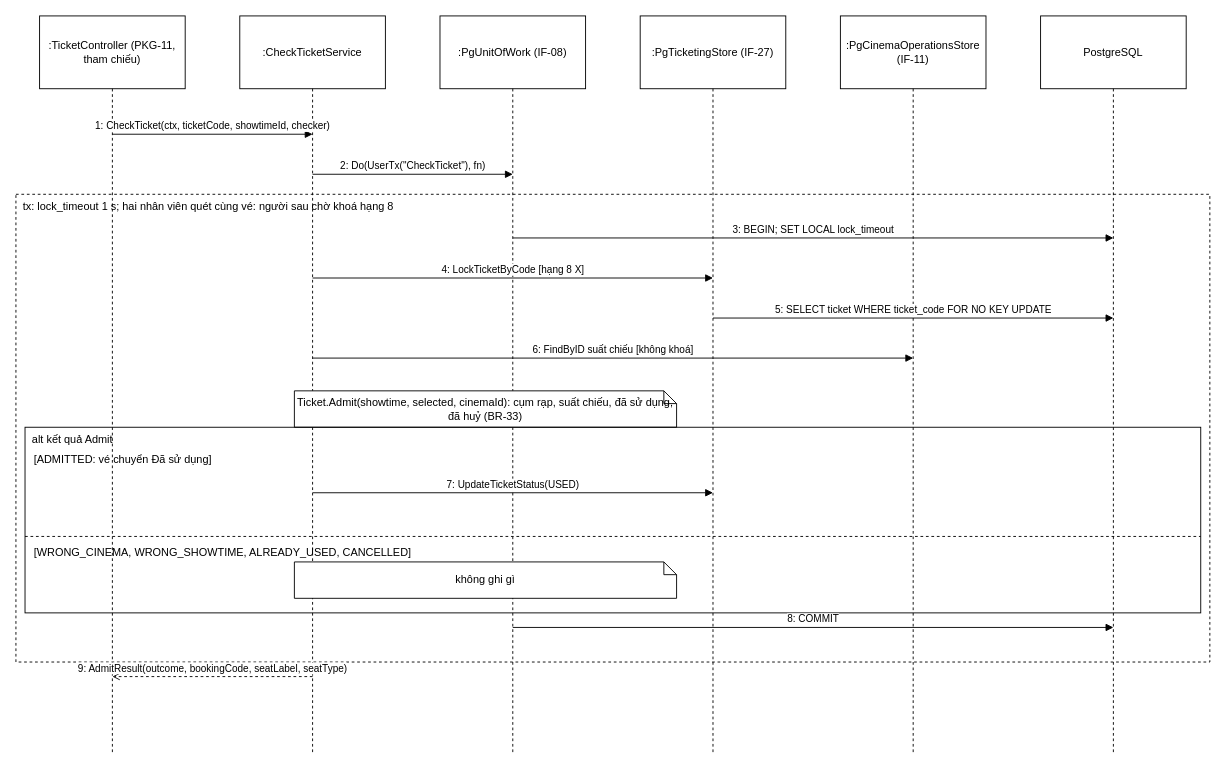
Before: design/diagrams/P12-sequence-check-ticket.drawio in luytbq/app-dat-ve-xem-phim, a draw.io diagram. Source tidied: cells renumbered, new cells numbered last; positions are measured from the earlier drawing's top-left corner, leaving out a move shared by most shapes. Both pictures are drawn from the tidied source at 91%, with x=0, y=0 at pixel (15, 15).
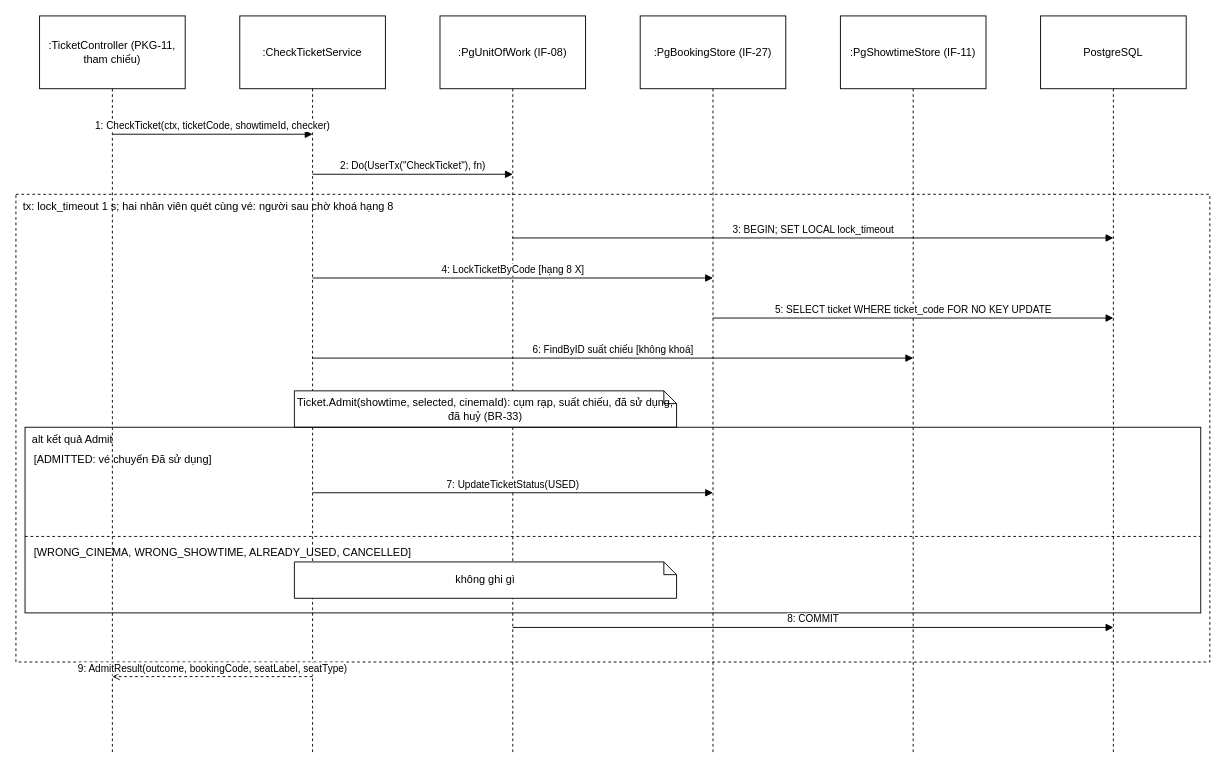
The same page after the edit.

The edit, as a diff of the source:
```diff
@@
-    <mxCell id="5" value=":PgTicketingStore (IF-27)" style="shape=umlLifeline;perimeter=lifelinePerimeter;html=1;whiteSpace=wrap;size=80;" parent="1" vertex="1">
+    <mxCell id="5" value=":PgBookingStore (IF-27)" style="shape=umlLifeline;perimeter=lifelinePerimeter;html=1;whiteSpace=wrap;size=80;" parent="1" vertex="1">
       <mxGeometry x="686" width="160" height="810" as="geometry" />
     </mxCell>
-    <mxCell id="6" value=":PgCinemaOperationsStore (IF-11)" style="shape=umlLifeline;perimeter=lifelinePerimeter;html=1;whiteSpace=wrap;size=80;" parent="1" vertex="1">
+    <mxCell id="6" value=":PgShowtimeStore (IF-11)" style="shape=umlLifeline;perimeter=lifelinePerimeter;html=1;whiteSpace=wrap;size=80;" parent="1" vertex="1">
       <mxGeometry x="906" width="160" height="810" as="geometry" />
     </mxCell>
```
